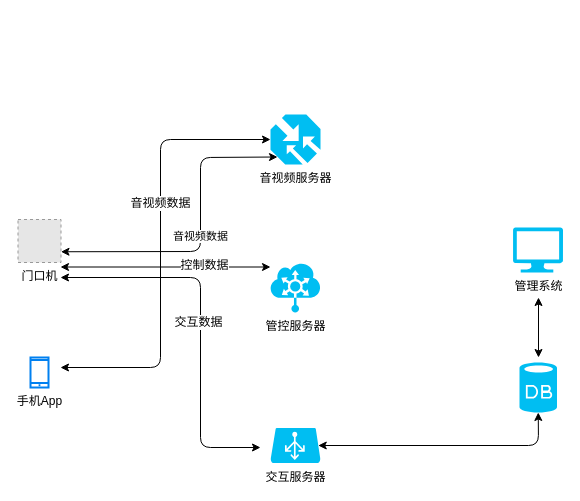
Before: smartdoor.drawio in jeffmacn/myjava, a draw.io diagram. Source tidied: cells renumbered, new cells numbered last; positions are measured from the earlier drawing's top-left corner, leaving out a move shared by most shapes. Both pictures are drawn from the tidied source at 100%, with x=0, y=0 at pixel (18, 114). Pictures stored in the file or linked from it are replaced by grey dashed boxes.
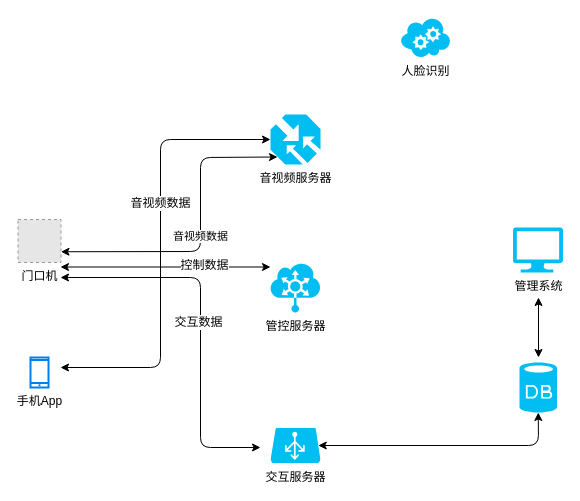
Above is the later version.

Change to the diagram source:
```diff
@@
+    <mxCell id="18" value="人脸识别" style="verticalLabelPosition=bottom;html=1;verticalAlign=top;align=center;strokeColor=none;fillColor=#00BEF2;shape=mxgraph.azure.cloud_service;" parent="1" vertex="1">
+      <mxGeometry x="382" y="-97" width="50" height="40" as="geometry" />
+    </mxCell>
```
